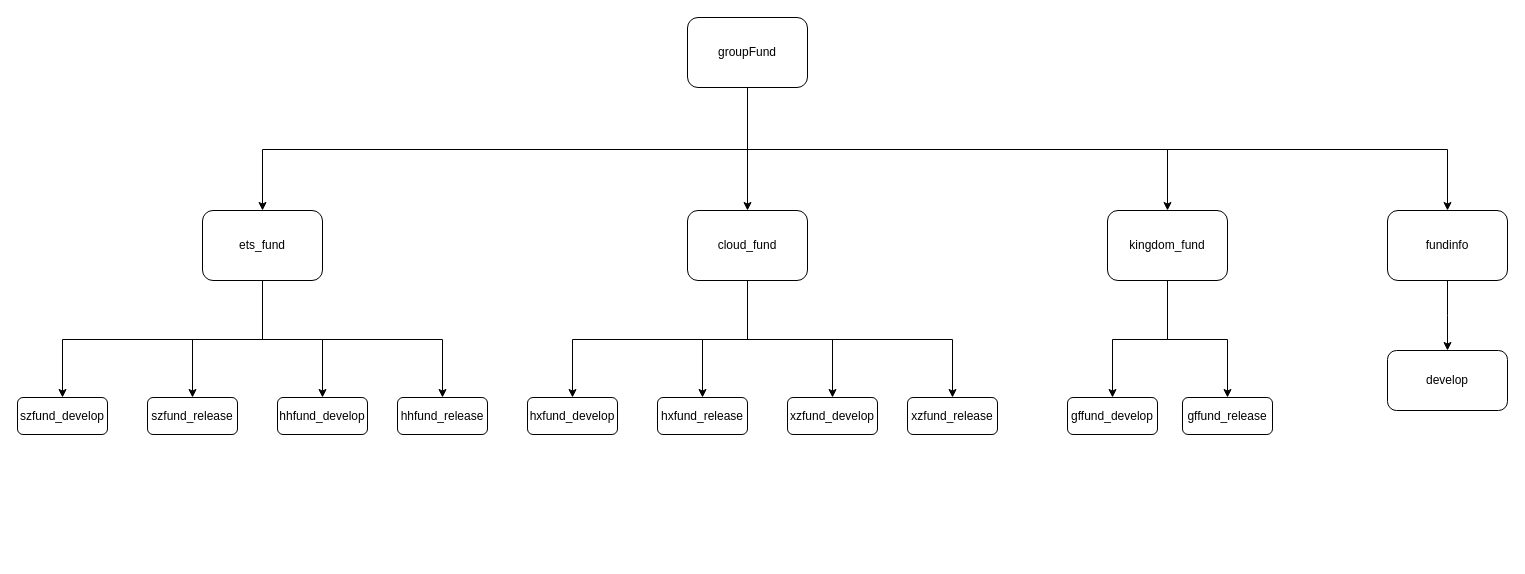
ammengke/my-drawio keeps this draw.io diagram as 基金git代码分支图.drawio. Above is the earlier version. Source tidied: cells renumbered, new cells numbered last; positions are measured from the earlier drawing's top-left corner, leaving out a move shared by most shapes. Both pictures are drawn from the tidied source at 100%, with x=0, y=0 at pixel (17, 17).
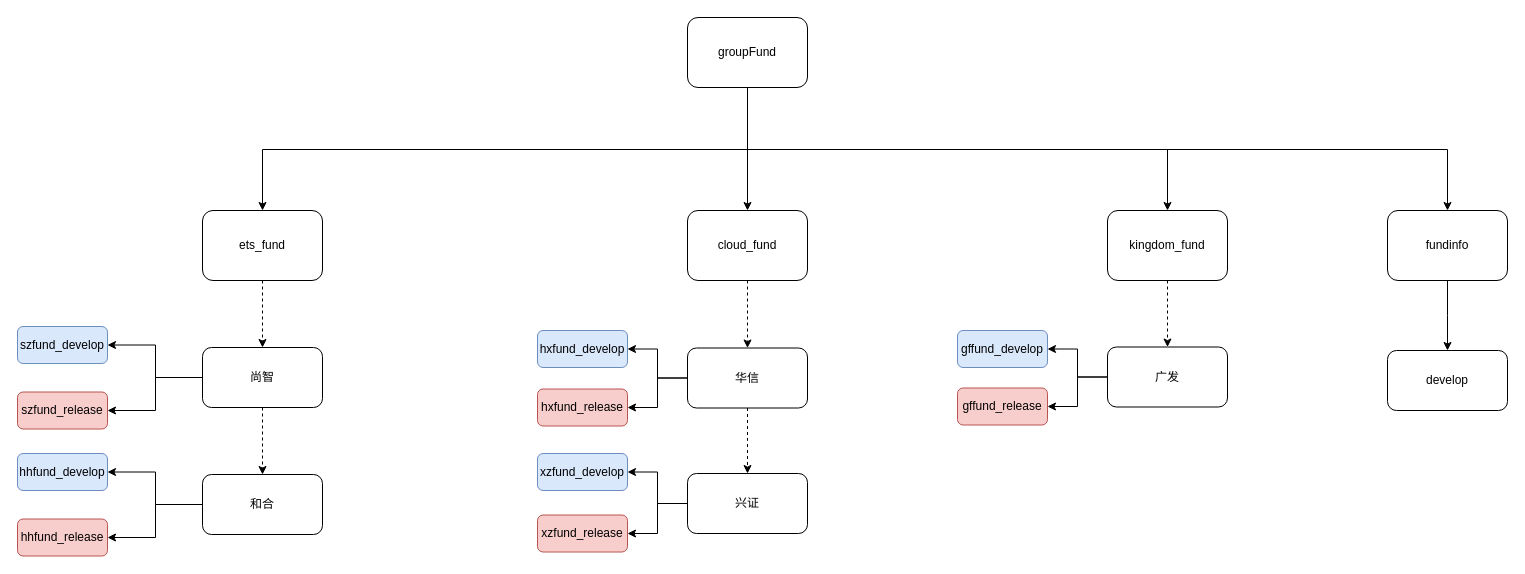
After the change.

Commit message (it also covers changes not shown here):
Update 基金git代码分支图.drawio

The change refers to these unchanged cells:
```xml
<mxCell id="11" value="ets_fund" style="rounded=1;whiteSpace=wrap;html=1;" parent="1" vertex="1">
  <mxGeometry x="185" y="193" width="120" height="70" as="geometry" />
</mxCell>
<mxCell id="16" value="cloud_fund" style="rounded=1;whiteSpace=wrap;html=1;" parent="1" vertex="1">
  <mxGeometry x="670" y="193" width="120" height="70" as="geometry" />
</mxCell>
<mxCell id="19" value="kingdom_fund" style="rounded=1;whiteSpace=wrap;html=1;" parent="1" vertex="1">
  <mxGeometry x="1090" y="193" width="120" height="70" as="geometry" />
</mxCell>
```

What changed in the source:
```diff
@@
-    <mxCell id="7" style="edgeStyle=elbowEdgeStyle;rounded=0;jettySize=auto;elbow=vertical;html=1;" parent="1" edge="1" source="11" target="23">
-      <mxGeometry relative="1" as="geometry" />
-    </mxCell>
-    <mxCell id="8" style="edgeStyle=elbowEdgeStyle;rounded=0;jettySize=auto;elbow=vertical;html=1;entryX=0.5;entryY=0;entryDx=0;entryDy=0;" parent="1" edge="1" source="11" target="24">
-      <mxGeometry relative="1" as="geometry" />
-    </mxCell>
-    <mxCell id="9" style="edgeStyle=elbowEdgeStyle;rounded=0;jettySize=auto;elbow=vertical;html=1;" parent="1" edge="1" source="11" target="25">
-      <mxGeometry relative="1" as="geometry" />
-    </mxCell>
-    <mxCell id="10" style="edgeStyle=elbowEdgeStyle;rounded=0;jettySize=auto;elbow=vertical;html=1;" parent="1" edge="1" source="11" target="26">
-      <mxGeometry relative="1" as="geometry" />
-    </mxCell>
+    <mxCell id="33" style="edgeStyle=elbowEdgeStyle;rounded=0;jettySize=auto;html=1;entryX=0.5;entryY=0;entryDx=0;entryDy=0;dashed=1;" parent="1" edge="1" source="11" target="39">
+      <mxGeometry relative="1" as="geometry" />
+    </mxCell>
@@
-    <mxCell id="12" style="edgeStyle=elbowEdgeStyle;rounded=0;jettySize=auto;elbow=vertical;html=1;entryX=0.5;entryY=0;entryDx=0;entryDy=0;" parent="1" edge="1" source="16" target="27">
-      <mxGeometry relative="1" as="geometry" />
-    </mxCell>
-    <mxCell id="13" style="edgeStyle=elbowEdgeStyle;rounded=0;jettySize=auto;elbow=vertical;html=1;" parent="1" edge="1" source="16" target="28">
-      <mxGeometry relative="1" as="geometry" />
-    </mxCell>
-    <mxCell id="14" style="edgeStyle=elbowEdgeStyle;rounded=0;jettySize=auto;elbow=vertical;html=1;" parent="1" edge="1" source="16" target="29">
-      <mxGeometry relative="1" as="geometry" />
-    </mxCell>
-    <mxCell id="15" style="edgeStyle=elbowEdgeStyle;rounded=0;jettySize=auto;elbow=vertical;html=1;" parent="1" edge="1" source="16" target="30">
-      <mxGeometry relative="1" as="geometry" />
-    </mxCell>
+    <mxCell id="34" style="edgeStyle=elbowEdgeStyle;rounded=0;jettySize=auto;html=1;dashed=1;" parent="1" edge="1" source="16" target="46">
+      <mxGeometry relative="1" as="geometry" />
+    </mxCell>
@@
-    <mxCell id="17" style="edgeStyle=elbowEdgeStyle;rounded=0;jettySize=auto;elbow=vertical;html=1;" parent="1" edge="1" source="19" target="31">
-      <mxGeometry relative="1" as="geometry" />
-    </mxCell>
-    <mxCell id="18" style="edgeStyle=elbowEdgeStyle;rounded=0;jettySize=auto;elbow=vertical;html=1;" parent="1" edge="1" source="19" target="32">
-      <mxGeometry relative="1" as="geometry" />
-    </mxCell>
+    <mxCell id="35" style="edgeStyle=elbowEdgeStyle;rounded=0;jettySize=auto;html=1;dashed=1;" parent="1" edge="1" source="19" target="52">
+      <mxGeometry relative="1" as="geometry" />
+    </mxCell>
@@
-    <mxCell id="23" value="szfund_develop" style="rounded=1;whiteSpace=wrap;html=1;strokeColor=#000000;" parent="1" vertex="1">
-      <mxGeometry y="380" width="90" height="37" as="geometry" />
+    <mxCell id="23" value="szfund_develop" style="rounded=1;whiteSpace=wrap;html=1;strokeColor=#6c8ebf;fillColor=#dae8fc;" parent="1" vertex="1">
+      <mxGeometry y="309" width="90" height="37" as="geometry" />
     </mxCell>
-    <mxCell id="24" value="szfund_release" style="rounded=1;whiteSpace=wrap;html=1;strokeColor=#000000;" parent="1" vertex="1">
-      <mxGeometry x="130" y="380" width="90" height="37" as="geometry" />
+    <mxCell id="24" value="szfund_release" style="rounded=1;whiteSpace=wrap;html=1;strokeColor=#b85450;fillColor=#f8cecc;" parent="1" vertex="1">
+      <mxGeometry y="374.5" width="90" height="37" as="geometry" />
     </mxCell>
-    <mxCell id="25" value="hhfund_develop" style="rounded=1;whiteSpace=wrap;html=1;strokeColor=#000000;" parent="1" vertex="1">
-      <mxGeometry x="260" y="380" width="90" height="37" as="geometry" />
-    </mxCell>
-    <mxCell id="26" value="hhfund_release" style="rounded=1;whiteSpace=wrap;html=1;strokeColor=#000000;" parent="1" vertex="1">
-      <mxGeometry x="380" y="380" width="90" height="37" as="geometry" />
-    </mxCell>
-    <mxCell id="27" value="hxfund_develop" style="rounded=1;whiteSpace=wrap;html=1;strokeColor=#000000;" parent="1" vertex="1">
-      <mxGeometry x="510" y="380" width="90" height="37" as="geometry" />
+    <mxCell id="27" value="hxfund_develop" style="rounded=1;whiteSpace=wrap;html=1;strokeColor=#6c8ebf;fillColor=#dae8fc;" parent="1" vertex="1">
+      <mxGeometry x="520" y="313" width="90" height="37" as="geometry" />
     </mxCell>
-    <mxCell id="28" value="hxfund_release" style="rounded=1;whiteSpace=wrap;html=1;strokeColor=#000000;" parent="1" vertex="1">
-      <mxGeometry x="640" y="380" width="90" height="37" as="geometry" />
+    <mxCell id="28" value="hxfund_release" style="rounded=1;whiteSpace=wrap;html=1;strokeColor=#b85450;fillColor=#f8cecc;" parent="1" vertex="1">
+      <mxGeometry x="520" y="371.5" width="90" height="37" as="geometry" />
     </mxCell>
-    <mxCell id="29" value="xzfund_develop" style="rounded=1;whiteSpace=wrap;html=1;strokeColor=#000000;" parent="1" vertex="1">
-      <mxGeometry x="770" y="380" width="90" height="37" as="geometry" />
+    <mxCell id="29" value="xzfund_develop" style="rounded=1;whiteSpace=wrap;html=1;strokeColor=#6c8ebf;fillColor=#dae8fc;" parent="1" vertex="1">
+      <mxGeometry x="520" y="436" width="90" height="37" as="geometry" />
     </mxCell>
-    <mxCell id="30" value="xzfund_release" style="rounded=1;whiteSpace=wrap;html=1;strokeColor=#000000;" parent="1" vertex="1">
-      <mxGeometry x="890" y="380" width="90" height="37" as="geometry" />
+    <mxCell id="30" value="xzfund_release" style="rounded=1;whiteSpace=wrap;html=1;strokeColor=#b85450;fillColor=#f8cecc;" parent="1" vertex="1">
+      <mxGeometry x="520" y="497.5" width="90" height="37" as="geometry" />
     </mxCell>
-    <mxCell id="31" value="gffund_develop" style="rounded=1;whiteSpace=wrap;html=1;strokeColor=#000000;" parent="1" vertex="1">
-      <mxGeometry x="1050" y="380" width="90" height="37" as="geometry" />
+    <mxCell id="31" value="gffund_develop" style="rounded=1;whiteSpace=wrap;html=1;strokeColor=#6c8ebf;fillColor=#dae8fc;" parent="1" vertex="1">
+      <mxGeometry x="940" y="313" width="90" height="37" as="geometry" />
     </mxCell>
-    <mxCell id="32" value="gffund_release" style="rounded=1;whiteSpace=wrap;html=1;strokeColor=#000000;" parent="1" vertex="1">
-      <mxGeometry x="1165" y="380" width="90" height="37" as="geometry" />
+    <mxCell id="32" value="gffund_release" style="rounded=1;whiteSpace=wrap;html=1;strokeColor=#b85450;fillColor=#f8cecc;" parent="1" vertex="1">
+      <mxGeometry x="940" y="370.5" width="90" height="37" as="geometry" />
     </mxCell>
+    <mxCell id="36" style="edgeStyle=elbowEdgeStyle;rounded=0;jettySize=auto;html=1;" parent="1" edge="1" source="39" target="23">
+      <mxGeometry relative="1" as="geometry" />
+    </mxCell>
+    <mxCell id="37" style="edgeStyle=elbowEdgeStyle;rounded=0;jettySize=auto;html=1;entryX=1;entryY=0.5;entryDx=0;entryDy=0;" parent="1" edge="1" source="39" target="24">
+      <mxGeometry relative="1" as="geometry" />
+    </mxCell>
+    <mxCell id="38" style="edgeStyle=elbowEdgeStyle;rounded=0;jettySize=auto;html=1;dashed=1;" parent="1" edge="1" source="39" target="42">
+      <mxGeometry relative="1" as="geometry" />
+    </mxCell>
+    <mxCell id="39" value="尚智" style="rounded=1;whiteSpace=wrap;html=1;strokeColor=#000000;" parent="1" vertex="1">
+      <mxGeometry x="185" y="330" width="120" height="60" as="geometry" />
+    </mxCell>
+    <mxCell id="40" style="edgeStyle=elbowEdgeStyle;rounded=0;jettySize=auto;html=1;entryX=1;entryY=0.5;entryDx=0;entryDy=0;" parent="1" edge="1" source="42" target="25">
+      <mxGeometry relative="1" as="geometry" />
+    </mxCell>
+    <mxCell id="41" style="edgeStyle=elbowEdgeStyle;rounded=0;jettySize=auto;html=1;entryX=1;entryY=0.5;entryDx=0;entryDy=0;" parent="1" edge="1" source="42" target="26">
+      <mxGeometry relative="1" as="geometry" />
+    </mxCell>
+    <mxCell id="42" value="和合" style="rounded=1;whiteSpace=wrap;html=1;strokeColor=#000000;" parent="1" vertex="1">
+      <mxGeometry x="185" y="457" width="120" height="60" as="geometry" />
+    </mxCell>
+    <mxCell id="25" value="hhfund_develop" style="rounded=1;whiteSpace=wrap;html=1;strokeColor=#6c8ebf;fillColor=#dae8fc;" parent="1" vertex="1">
+      <mxGeometry y="436" width="90" height="37" as="geometry" />
+    </mxCell>
+    <mxCell id="26" value="hhfund_release" style="rounded=1;whiteSpace=wrap;html=1;strokeColor=#b85450;fillColor=#f8cecc;" parent="1" vertex="1">
+      <mxGeometry y="501.5" width="90" height="37" as="geometry" />
+    </mxCell>
+    <mxCell id="43" style="edgeStyle=elbowEdgeStyle;rounded=0;jettySize=auto;html=1;entryX=1;entryY=0.5;entryDx=0;entryDy=0;" parent="1" edge="1" source="46" target="27">
+      <mxGeometry relative="1" as="geometry" />
+    </mxCell>
+    <mxCell id="44" style="edgeStyle=elbowEdgeStyle;rounded=0;jettySize=auto;html=1;entryX=1;entryY=0.5;entryDx=0;entryDy=0;" parent="1" edge="1" source="46" target="28">
+      <mxGeometry relative="1" as="geometry" />
+    </mxCell>
+    <mxCell id="45" style="edgeStyle=elbowEdgeStyle;rounded=0;jettySize=auto;html=1;dashed=1;" parent="1" edge="1" source="46" target="49">
+      <mxGeometry relative="1" as="geometry" />
+    </mxCell>
+    <mxCell id="46" value="华信" style="rounded=1;whiteSpace=wrap;html=1;strokeColor=#000000;" parent="1" vertex="1">
+      <mxGeometry x="670" y="330.5" width="120" height="60" as="geometry" />
+    </mxCell>
+    <mxCell id="47" style="edgeStyle=elbowEdgeStyle;rounded=0;jettySize=auto;html=1;" parent="1" edge="1" source="49" target="29">
+      <mxGeometry relative="1" as="geometry" />
+    </mxCell>
+    <mxCell id="48" style="edgeStyle=elbowEdgeStyle;rounded=0;jettySize=auto;html=1;entryX=1;entryY=0.5;entryDx=0;entryDy=0;" parent="1" edge="1" source="49" target="30">
+      <mxGeometry relative="1" as="geometry" />
+    </mxCell>
+    <mxCell id="49" value="兴证" style="rounded=1;whiteSpace=wrap;html=1;strokeColor=#000000;" parent="1" vertex="1">
+      <mxGeometry x="670" y="456" width="120" height="60" as="geometry" />
+    </mxCell>
+    <mxCell id="50" style="edgeStyle=elbowEdgeStyle;rounded=0;jettySize=auto;html=1;" parent="1" edge="1" source="52" target="31">
+      <mxGeometry relative="1" as="geometry" />
+    </mxCell>
+    <mxCell id="51" style="edgeStyle=elbowEdgeStyle;rounded=0;jettySize=auto;html=1;" parent="1" edge="1" source="52" target="32">
+      <mxGeometry relative="1" as="geometry" />
+    </mxCell>
+    <mxCell id="52" value="广发" style="rounded=1;whiteSpace=wrap;html=1;strokeColor=#000000;" parent="1" vertex="1">
+      <mxGeometry x="1090" y="329.5" width="120" height="60" as="geometry" />
+    </mxCell>
```
